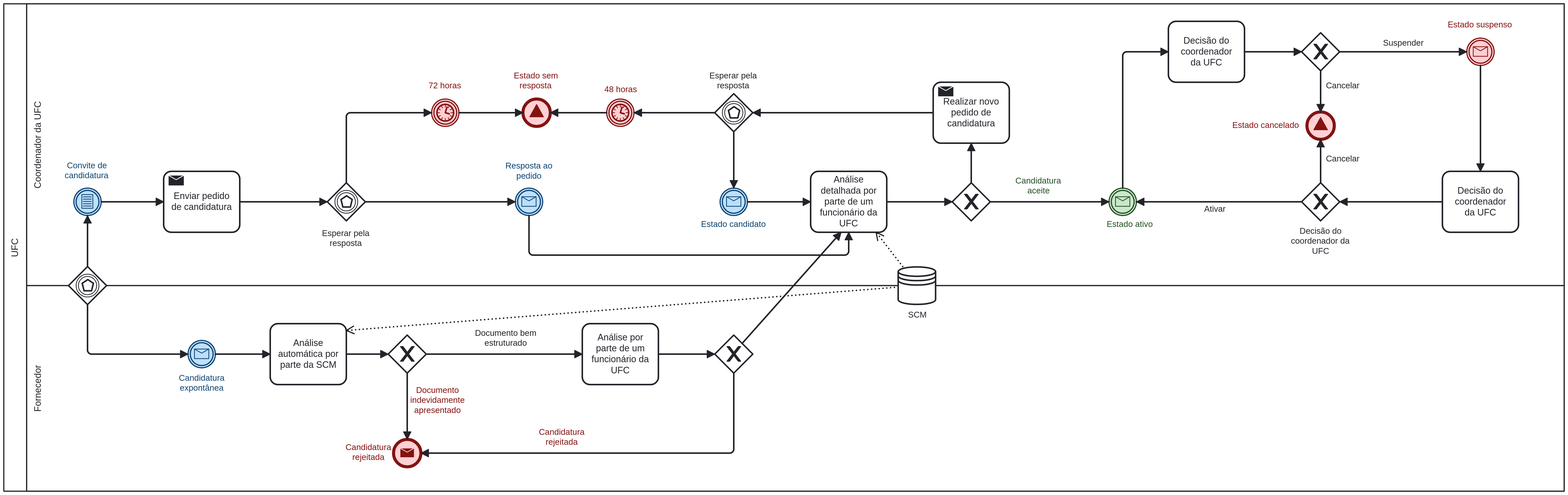
This is P1.png from joserlopes/AMS-SuperShop, a BPMN export, as it was before one commit. Its source is kept beside it as P1.bpmn. Ids are renumbered.
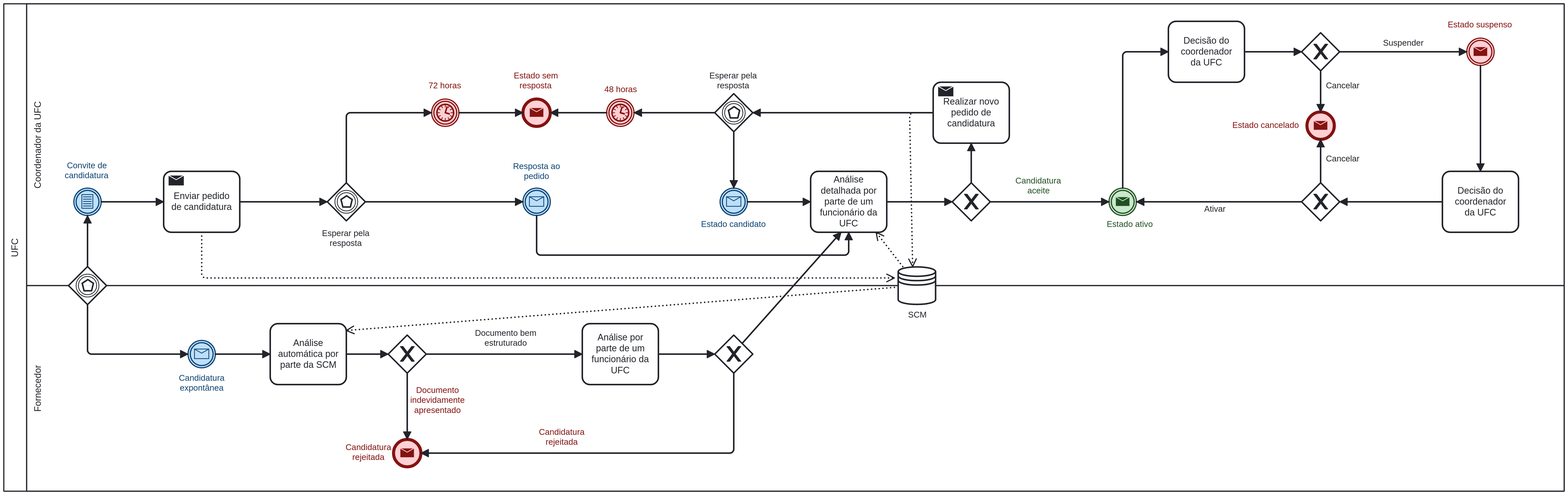
The same file after the commit.

Commit message:
P1 is done now I think.

Diff of the diagram source:
```diff
@@ -15,16 +15,12 @@
       <bpmn:lane id="Lane_n13" name="Coordenador da UFC">
         <bpmn:flowNodeRef>Activity_n14</bpmn:flowNodeRef>
         <bpmn:flowNodeRef>Event_n15</bpmn:flowNodeRef>
-        <bpmn:flowNodeRef>Event_n16</bpmn:flowNodeRef>
         <bpmn:flowNodeRef>Event_n17</bpmn:flowNodeRef>
         <bpmn:flowNodeRef>Event_n18</bpmn:flowNodeRef>
         <bpmn:flowNodeRef>Gateway_n19</bpmn:flowNodeRef>
-        <bpmn:flowNodeRef>Event_n20</bpmn:flowNodeRef>
         <bpmn:flowNodeRef>Activity_n21</bpmn:flowNodeRef>
-        <bpmn:flowNodeRef>Event_n22</bpmn:flowNodeRef>
         <bpmn:flowNodeRef>Gateway_n23</bpmn:flowNodeRef>
         <bpmn:flowNodeRef>Gateway_n24</bpmn:flowNodeRef>
-        <bpmn:flowNodeRef>Event_n25</bpmn:flowNodeRef>
         <bpmn:flowNodeRef>Activity_n26</bpmn:flowNodeRef>
         <bpmn:flowNodeRef>Gateway_n27</bpmn:flowNodeRef>
         <bpmn:flowNodeRef>Activity_n28</bpmn:flowNodeRef>
@@ -32,6 +28,10 @@
         <bpmn:flowNodeRef>Activity_n29</bpmn:flowNodeRef>
         <bpmn:flowNodeRef>Gateway_n30</bpmn:flowNodeRef>
         <bpmn:flowNodeRef>Event_n31</bpmn:flowNodeRef>
+        <bpmn:flowNodeRef>Event_n20</bpmn:flowNodeRef>
+        <bpmn:flowNodeRef>Event_n25</bpmn:flowNodeRef>
+        <bpmn:flowNodeRef>Event_n16</bpmn:flowNodeRef>
+        <bpmn:flowNodeRef>Event_n22</bpmn:flowNodeRef>
       </bpmn:lane>
     </bpmn:laneSet>
     <bpmn:task id="Activity_n7" name="Análise por parte de um funcionário da UFC">
@@ -76,11 +76,6 @@
       <bpmn:outgoing>Flow_n42</bpmn:outgoing>
       <bpmn:messageEventDefinition id="MessageEventDefinition_n49" />
     </bpmn:intermediateCatchEvent>
-    <bpmn:endEvent id="Event_n16" name="Estado sem resposta">
-      <bpmn:incoming>Flow_n50</bpmn:incoming>
-      <bpmn:incoming>Flow_n51</bpmn:incoming>
-      <bpmn:signalEventDefinition id="SignalEventDefinition_n52" />
-    </bpmn:endEvent>
     <bpmn:intermediateCatchEvent id="Event_n17" name="72 horas">
       <bpmn:incoming>Flow_n53</bpmn:incoming>
       <bpmn:outgoing>Flow_n50</bpmn:outgoing>
@@ -96,12 +91,6 @@
       <bpmn:outgoing>Flow_n57</bpmn:outgoing>
       <bpmn:outgoing>Flow_n58</bpmn:outgoing>
     </bpmn:exclusiveGateway>
-    <bpmn:intermediateCatchEvent id="Event_n20" name="Estado ativo">
-      <bpmn:incoming>Flow_n57</bpmn:incoming>
-      <bpmn:incoming>Flow_n59</bpmn:incoming>
-      <bpmn:outgoing>Flow_n60</bpmn:outgoing>
-      <bpmn:messageEventDefinition id="MessageEventDefinition_n61" />
-    </bpmn:intermediateCatchEvent>
     <bpmn:sequenceFlow id="Flow_n42" sourceRef="Event_n15" targetRef="Activity_n14" />
     <bpmn:sequenceFlow id="Flow_n44" sourceRef="Activity_n14" targetRef="Gateway_n19" />
     <bpmn:sequenceFlow id="Flow_n50" sourceRef="Event_n17" targetRef="Event_n16" />
@@ -119,12 +108,7 @@
       <bpmn:incoming>Flow_n60</bpmn:incoming>
       <bpmn:outgoing>Flow_n63</bpmn:outgoing>
     </bpmn:task>
-    <bpmn:endEvent id="Event_n22" name="Estado cancelado">
-      <bpmn:incoming>Flow_n65</bpmn:incoming>
-      <bpmn:incoming>Flow_n66</bpmn:incoming>
-      <bpmn:signalEventDefinition id="SignalEventDefinition_n67" />
-    </bpmn:endEvent>
-    <bpmn:exclusiveGateway id="Gateway_n23" name="Decisão do coordenador da UFC">
+    <bpmn:exclusiveGateway id="Gateway_n23">
       <bpmn:incoming>Flow_n68</bpmn:incoming>
       <bpmn:outgoing>Flow_n59</bpmn:outgoing>
       <bpmn:outgoing>Flow_n66</bpmn:outgoing>
@@ -134,11 +118,6 @@
       <bpmn:outgoing>Flow_n65</bpmn:outgoing>
       <bpmn:outgoing>Flow_n69</bpmn:outgoing>
     </bpmn:exclusiveGateway>
-    <bpmn:intermediateCatchEvent id="Event_n25" name="Estado suspenso">
-      <bpmn:incoming>Flow_n69</bpmn:incoming>
-      <bpmn:outgoing>Flow_n70</bpmn:outgoing>
-      <bpmn:messageEventDefinition id="MessageEventDefinition_n71" />
-    </bpmn:intermediateCatchEvent>
     <bpmn:task id="Activity_n26" name="Decisão do coordenador da UFC">
       <bpmn:incoming>Flow_n70</bpmn:incoming>
       <bpmn:outgoing>Flow_n68</bpmn:outgoing>
@@ -161,6 +140,9 @@
     <bpmn:sendTask id="Activity_n28" name="Realizar novo pedido de candidatura">
       <bpmn:incoming>Flow_n58</bpmn:incoming>
       <bpmn:outgoing>Flow_n62</bpmn:outgoing>
+      <bpmn:dataOutputAssociation id="DataOutputAssociation_n80">
+        <bpmn:targetRef>DataStoreReference_n47</bpmn:targetRef>
+      </bpmn:dataOutputAssociation>
     </bpmn:sendTask>
     <bpmn:sequenceFlow id="Flow_n72" sourceRef="Gateway_n40" targetRef="StartEvent_1" />
     <bpmn:intermediateCatchEvent id="StartEvent_1" name="Convite de candidatura">
@@ -183,6 +165,9 @@
     <bpmn:sendTask id="Activity_n29" name="Enviar pedido de candidatura">
       <bpmn:incoming>Flow_n64</bpmn:incoming>
       <bpmn:outgoing>Flow_n76</bpmn:outgoing>
+      <bpmn:dataOutputAssociation id="DataOutputAssociation_n81">
+        <bpmn:targetRef>DataStoreReference_n47</bpmn:targetRef>
+      </bpmn:dataOutputAssociation>
     </bpmn:sendTask>
     <bpmn:intermediateCatchEvent id="Event_n12" name="Candidatura expontânea">
       <bpmn:incoming>Flow_n39</bpmn:incoming>
@@ -196,13 +181,34 @@
       <bpmn:outgoing>Flow_n78</bpmn:outgoing>
     </bpmn:eventBasedGateway>
     <bpmn:sequenceFlow id="Flow_n78" sourceRef="Gateway_n30" targetRef="Event_n31" />
+    <bpmn:sequenceFlow id="Flow_n43" sourceRef="Event_n31" targetRef="Activity_n14" />
+    <bpmn:sequenceFlow id="Flow_n35" sourceRef="Gateway_n8" targetRef="Activity_n14" />
     <bpmn:intermediateCatchEvent id="Event_n31" name="Resposta ao pedido">
       <bpmn:incoming>Flow_n78</bpmn:incoming>
       <bpmn:outgoing>Flow_n43</bpmn:outgoing>
       <bpmn:messageEventDefinition id="MessageEventDefinition_n79" />
     </bpmn:intermediateCatchEvent>
-    <bpmn:sequenceFlow id="Flow_n43" sourceRef="Event_n31" targetRef="Activity_n14" />
-    <bpmn:sequenceFlow id="Flow_n35" sourceRef="Gateway_n8" targetRef="Activity_n14" />
+    <bpmn:intermediateThrowEvent id="Event_n20" name="Estado ativo">
+      <bpmn:incoming>Flow_n57</bpmn:incoming>
+      <bpmn:incoming>Flow_n59</bpmn:incoming>
+      <bpmn:outgoing>Flow_n60</bpmn:outgoing>
+      <bpmn:messageEventDefinition id="MessageEventDefinition_n82" />
+    </bpmn:intermediateThrowEvent>
+    <bpmn:intermediateThrowEvent id="Event_n25" name="Estado suspenso">
+      <bpmn:incoming>Flow_n69</bpmn:incoming>
+      <bpmn:outgoing>Flow_n70</bpmn:outgoing>
+      <bpmn:messageEventDefinition id="MessageEventDefinition_n83" />
+    </bpmn:intermediateThrowEvent>
+    <bpmn:endEvent id="Event_n16" name="Estado sem resposta">
+      <bpmn:incoming>Flow_n50</bpmn:incoming>
+      <bpmn:incoming>Flow_n51</bpmn:incoming>
+      <bpmn:messageEventDefinition id="MessageEventDefinition_n84" />
+    </bpmn:endEvent>
+    <bpmn:endEvent id="Event_n22" name="Estado cancelado">
+      <bpmn:incoming>Flow_n65</bpmn:incoming>
+      <bpmn:incoming>Flow_n66</bpmn:incoming>
+      <bpmn:messageEventDefinition id="MessageEventDefinition_n85" />
+    </bpmn:endEvent>
   </bpmn:process>
   <bpmndi:BPMNDiagram id="BPMNDiagram_1">
     <bpmndi:BPMNPlane id="BPMNPlane_1" bpmnElement="Collaboration_n2">
@@ -244,12 +250,6 @@
           <dc:Bounds x="1076" y="403" width="86" height="14" />
         </bpmndi:BPMNLabel>
       </bpmndi:BPMNShape>
-      <bpmndi:BPMNShape id="Event_0fq77ef_di" bpmnElement="Event_n16" bioc:stroke="#831311" bioc:fill="#ffcdd2" color:background-color="#ffcdd2" color:border-color="#831311">
-        <dc:Bounds x="842" y="245" width="36" height="36" />
-        <bpmndi:BPMNLabel>
-          <dc:Bounds x="830" y="207.5" width="59" height="27" />
-        </bpmndi:BPMNLabel>
-      </bpmndi:BPMNShape>
       <bpmndi:BPMNShape id="Event_0mumw52_di" bpmnElement="Event_n17" bioc:stroke="#831311" bioc:fill="#ffcdd2" color:background-color="#ffcdd2" color:border-color="#831311">
         <dc:Bounds x="722" y="245" width="36" height="36" />
         <bpmndi:BPMNLabel>
@@ -265,21 +265,9 @@
       <bpmndi:BPMNShape id="Gateway_1uytzdq_di" bpmnElement="Gateway_n19" isMarkerVisible="true">
         <dc:Bounds x="1406" y="355" width="50" height="50" />
       </bpmndi:BPMNShape>
-      <bpmndi:BPMNShape id="Event_n20_di" bpmnElement="Event_n20" bioc:stroke="#205022" bioc:fill="#c8e6c9" color:background-color="#c8e6c9" color:border-color="#205022">
-        <dc:Bounds x="1612" y="362" width="36" height="36" />
-        <bpmndi:BPMNLabel>
-          <dc:Bounds x="1609" y="403" width="61" height="14" />
-        </bpmndi:BPMNLabel>
-      </bpmndi:BPMNShape>
       <bpmndi:BPMNShape id="Activity_n21_di" bpmnElement="Activity_n21">
         <dc:Bounds x="1690" y="143" width="100" height="80" />
         <bpmndi:BPMNLabel />
-      </bpmndi:BPMNShape>
-      <bpmndi:BPMNShape id="Event_1decyc9_di" bpmnElement="Event_n22" bioc:stroke="#831311" bioc:fill="#ffcdd2" color:background-color="#ffcdd2" color:border-color="#831311">
-        <dc:Bounds x="1872" y="262" width="36" height="36" />
-        <bpmndi:BPMNLabel>
-          <dc:Bounds x="1774" y="273" width="88" height="14" />
-        </bpmndi:BPMNLabel>
       </bpmndi:BPMNShape>
       <bpmndi:BPMNShape id="Gateway_n23_di" bpmnElement="Gateway_n23" isMarkerVisible="true">
         <dc:Bounds x="1865" y="355" width="50" height="50" />
@@ -291,12 +279,6 @@
         <dc:Bounds x="1865" y="158" width="50" height="50" />
         <bpmndi:BPMNLabel>
           <dc:Bounds x="2191" y="123" width="78" height="40" />
-        </bpmndi:BPMNLabel>
-      </bpmndi:BPMNShape>
-      <bpmndi:BPMNShape id="Event_09u00zi_di" bpmnElement="Event_n25" bioc:stroke="#831311" bioc:fill="#ffcdd2" color:background-color="#ffcdd2" color:border-color="#831311">
-        <dc:Bounds x="2082" y="165" width="36" height="36" />
-        <bpmndi:BPMNLabel>
-          <dc:Bounds x="2057" y="141" width="85" height="14" />
         </bpmndi:BPMNLabel>
       </bpmndi:BPMNShape>
       <bpmndi:BPMNShape id="Activity_n26_di" bpmnElement="Activity_n26">
@@ -348,9 +330,33 @@
         </bpmndi:BPMNLabel>
       </bpmndi:BPMNShape>
       <bpmndi:BPMNShape id="Event_n31_di" bpmnElement="Event_n31" bioc:stroke="#0d4372" bioc:fill="#bbdefb" color:background-color="#bbdefb" color:border-color="#0d4372">
-        <dc:Bounds x="832" y="362" width="36" height="36" />
+        <dc:Bounds x="842" y="362" width="36" height="36" />
         <bpmndi:BPMNLabel>
-          <dc:Bounds x="819" y="326.5" width="62" height="27" />
+          <dc:Bounds x="829" y="326.5" width="62" height="27" />
+        </bpmndi:BPMNLabel>
+      </bpmndi:BPMNShape>
+      <bpmndi:BPMNShape id="Event_0253wk4_di" bpmnElement="Event_n20" bioc:stroke="#205022" bioc:fill="#c8e6c9" color:background-color="#c8e6c9" color:border-color="#205022">
+        <dc:Bounds x="1612" y="362" width="36" height="36" />
+        <bpmndi:BPMNLabel>
+          <dc:Bounds x="1609" y="403" width="61" height="14" />
+        </bpmndi:BPMNLabel>
+      </bpmndi:BPMNShape>
+      <bpmndi:BPMNShape id="Event_0fnfeul_di" bpmnElement="Event_n25" bioc:stroke="#831311" bioc:fill="#ffcdd2" color:background-color="#ffcdd2" color:border-color="#831311">
+        <dc:Bounds x="2082" y="165" width="36" height="36" />
+        <bpmndi:BPMNLabel>
+          <dc:Bounds x="2057" y="141" width="85" height="14" />
+        </bpmndi:BPMNLabel>
+      </bpmndi:BPMNShape>
+      <bpmndi:BPMNShape id="Event_0yx5dv9_di" bpmnElement="Event_n16" bioc:stroke="#831311" bioc:fill="#ffcdd2" color:background-color="#ffcdd2" color:border-color="#831311">
+        <dc:Bounds x="842" y="245" width="36" height="36" />
+        <bpmndi:BPMNLabel>
+          <dc:Bounds x="830" y="208" width="59" height="27" />
+        </bpmndi:BPMNLabel>
+      </bpmndi:BPMNShape>
+      <bpmndi:BPMNShape id="Event_0jdhemx_di" bpmnElement="Event_n22" bioc:stroke="#831311" bioc:fill="#ffcdd2" color:background-color="#ffcdd2" color:border-color="#831311">
+        <dc:Bounds x="1872" y="262" width="36" height="36" />
+        <bpmndi:BPMNLabel>
+          <dc:Bounds x="1774" y="273" width="88" height="14" />
         </bpmndi:BPMNLabel>
       </bpmndi:BPMNShape>
       <bpmndi:BPMNEdge id="Flow_n39_di" bpmnElement="Flow_n39">
@@ -399,10 +405,6 @@
       <bpmndi:BPMNEdge id="Flow_n44_di" bpmnElement="Flow_n44">
         <di:waypoint x="1320" y="380" />
         <di:waypoint x="1406" y="380" />
-      </bpmndi:BPMNEdge>
-      <bpmndi:BPMNEdge id="Flow_n48_di" bpmnElement="Flow_n48">
-        <di:waypoint x="1119" y="288" />
-        <di:waypoint x="1119" y="362" />
       </bpmndi:BPMNEdge>
       <bpmndi:BPMNEdge id="Flow_n50_di" bpmnElement="Flow_n50">
         <di:waypoint x="758" y="263" />
@@ -493,13 +495,17 @@
         <di:waypoint x="470" y="380" />
         <di:waypoint x="585" y="380" />
       </bpmndi:BPMNEdge>
+      <bpmndi:BPMNEdge id="Flow_n48_di" bpmnElement="Flow_n48">
+        <di:waypoint x="1119" y="288" />
+        <di:waypoint x="1119" y="362" />
+      </bpmndi:BPMNEdge>
       <bpmndi:BPMNEdge id="Flow_n78_di" bpmnElement="Flow_n78">
         <di:waypoint x="635" y="380" />
-        <di:waypoint x="832" y="380" />
+        <di:waypoint x="842" y="380" />
       </bpmndi:BPMNEdge>
       <bpmndi:BPMNEdge id="Flow_n43_di" bpmnElement="Flow_n43">
-        <di:waypoint x="850" y="398" />
-        <di:waypoint x="850" y="450" />
+        <di:waypoint x="860" y="398" />
+        <di:waypoint x="860" y="450" />
         <di:waypoint x="1270" y="450" />
         <di:waypoint x="1270" y="420" />
       </bpmndi:BPMNEdge>
@@ -507,13 +513,23 @@
         <di:waypoint x="1130" y="566" />
         <di:waypoint x="1260" y="420" />
       </bpmndi:BPMNEdge>
+      <bpmndi:BPMNEdge id="DataInputAssociation_n46_di" bpmnElement="DataInputAssociation_n46">
+        <di:waypoint x="1341" y="465" />
+        <di:waypoint x="1306" y="420" />
+      </bpmndi:BPMNEdge>
       <bpmndi:BPMNEdge id="DataInputAssociation_n75_di" bpmnElement="DataInputAssociation_n75">
         <di:waypoint x="1335" y="492" />
         <di:waypoint x="610" y="549" />
       </bpmndi:BPMNEdge>
-      <bpmndi:BPMNEdge id="DataInputAssociation_n46_di" bpmnElement="DataInputAssociation_n46">
-        <di:waypoint x="1341" y="465" />
-        <di:waypoint x="1306" y="420" />
+      <bpmndi:BPMNEdge id="DataOutputAssociation_n81_di" bpmnElement="DataOutputAssociation_n81">
+        <di:waypoint x="420" y="420" />
+        <di:waypoint x="420" y="480" />
+        <di:waypoint x="1330" y="480" />
+      </bpmndi:BPMNEdge>
+      <bpmndi:BPMNEdge id="DataOutputAssociation_n80_di" bpmnElement="DataOutputAssociation_n80">
+        <di:waypoint x="1381" y="263" />
+        <di:waypoint x="1350" y="263" />
+        <di:waypoint x="1354" y="465" />
       </bpmndi:BPMNEdge>
     </bpmndi:BPMNPlane>
   </bpmndi:BPMNDiagram>
```
